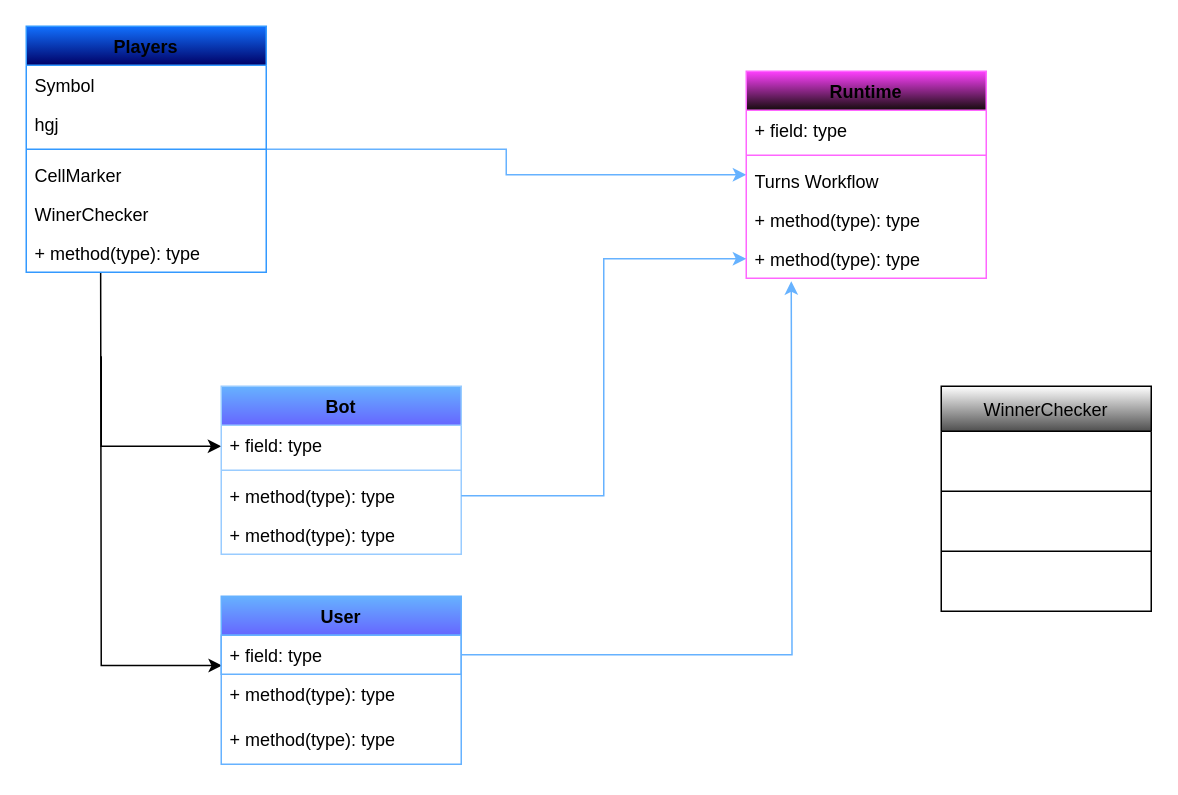
Above: Tic-tac-toe Game/UML/uml.drawio in gbacoding/Project_Portfolio (draw.io), before the change. Source tidied: cells renumbered, new cells numbered last; positions are measured from the earlier drawing's top-left corner, leaving out a move shared by most shapes. Both pictures are drawn from the tidied source at 150%, with x=0, y=0 at pixel (26, 26).
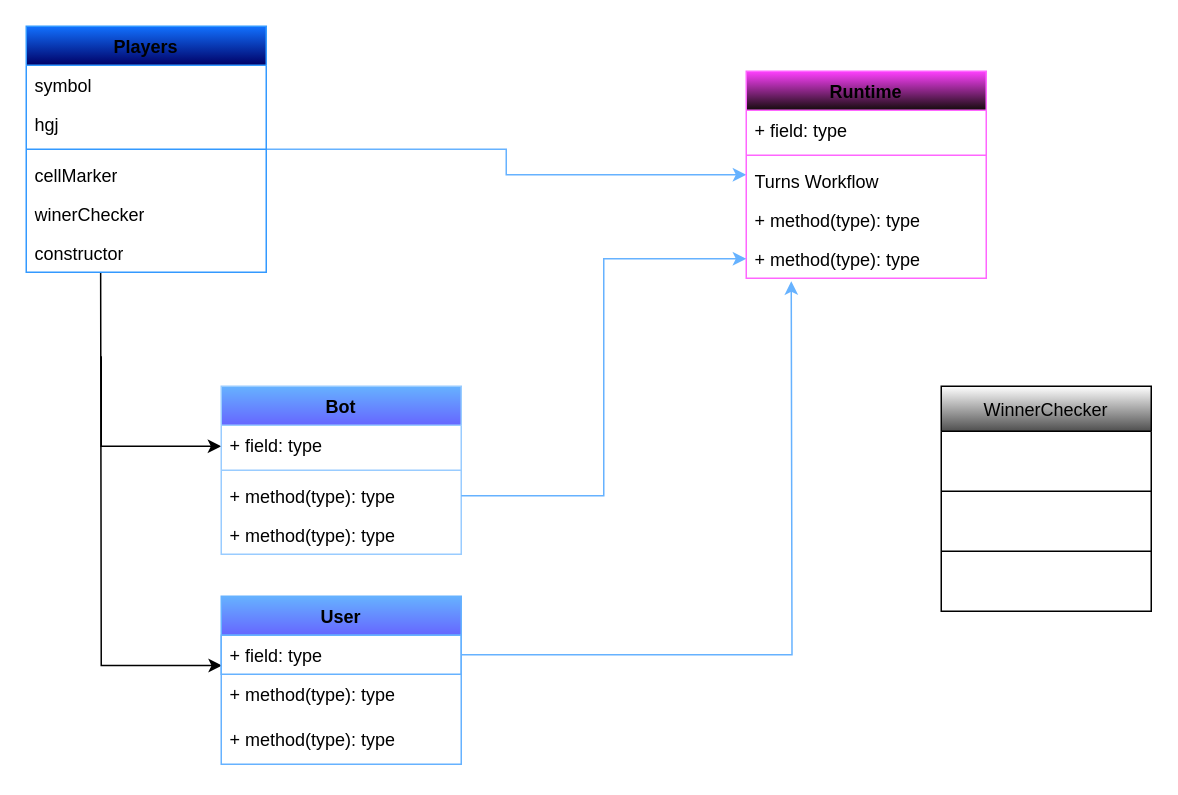
The same page after the edit.

Unchanged cells that the change refers to:
```xml
<mxCell id="5" value="Players" style="swimlane;fontStyle=1;align=center;verticalAlign=top;horizontal=1;startSize=26;whiteSpace=wrap;html=1;fillColor=#1271FF;strokeColor=#3399FF;gradientColor=#000066;" parent="1" vertex="1">
  <mxGeometry width="160" height="164" as="geometry" />
</mxCell>
```

Change to the diagram source:
```diff
@@
-    <mxCell id="6" value="Symbol" style="text;strokeColor=none;fillColor=none;align=left;verticalAlign=top;spacingLeft=4;spacingRight=4;overflow=hidden;whiteSpace=wrap;html=1;" parent="5" vertex="1">
+    <mxCell id="6" value="symbol" style="text;strokeColor=none;fillColor=none;align=left;verticalAlign=top;spacingLeft=4;spacingRight=4;overflow=hidden;whiteSpace=wrap;html=1;" parent="5" vertex="1">
       <mxGeometry y="26" width="160" height="26" as="geometry" />
     </mxCell>
@@
-    <mxCell id="9" value="CellMarker" style="text;strokeColor=none;fillColor=none;align=left;verticalAlign=top;spacingLeft=4;spacingRight=4;overflow=hidden;whiteSpace=wrap;html=1;" parent="5" vertex="1">
+    <mxCell id="9" value="cellMarker" style="text;strokeColor=none;fillColor=none;align=left;verticalAlign=top;spacingLeft=4;spacingRight=4;overflow=hidden;whiteSpace=wrap;html=1;" parent="5" vertex="1">
       <mxGeometry y="86" width="160" height="26" as="geometry" />
     </mxCell>
-    <mxCell id="10" value="WinerChecker" style="text;strokeColor=none;fillColor=none;align=left;verticalAlign=top;spacingLeft=4;spacingRight=4;overflow=hidden;whiteSpace=wrap;html=1;" parent="5" vertex="1">
+    <mxCell id="10" value="winerChecker" style="text;strokeColor=none;fillColor=none;align=left;verticalAlign=top;spacingLeft=4;spacingRight=4;overflow=hidden;whiteSpace=wrap;html=1;" parent="5" vertex="1">
       <mxGeometry y="112" width="160" height="26" as="geometry" />
     </mxCell>
-    <mxCell id="11" value="+ method(type): type" style="text;strokeColor=none;fillColor=none;align=left;verticalAlign=top;spacingLeft=4;spacingRight=4;overflow=hidden;points=[[0,0.5],[1,0.5]];portConstraint=eastwest;whiteSpace=wrap;html=1;" parent="5" vertex="1">
+    <mxCell id="11" value="constructor" style="text;strokeColor=none;fillColor=none;align=left;verticalAlign=top;spacingLeft=4;spacingRight=4;overflow=hidden;points=[[0,0.5],[1,0.5]];portConstraint=eastwest;whiteSpace=wrap;html=1;" parent="5" vertex="1">
       <mxGeometry y="138" width="160" height="26" as="geometry" />
     </mxCell>
```
